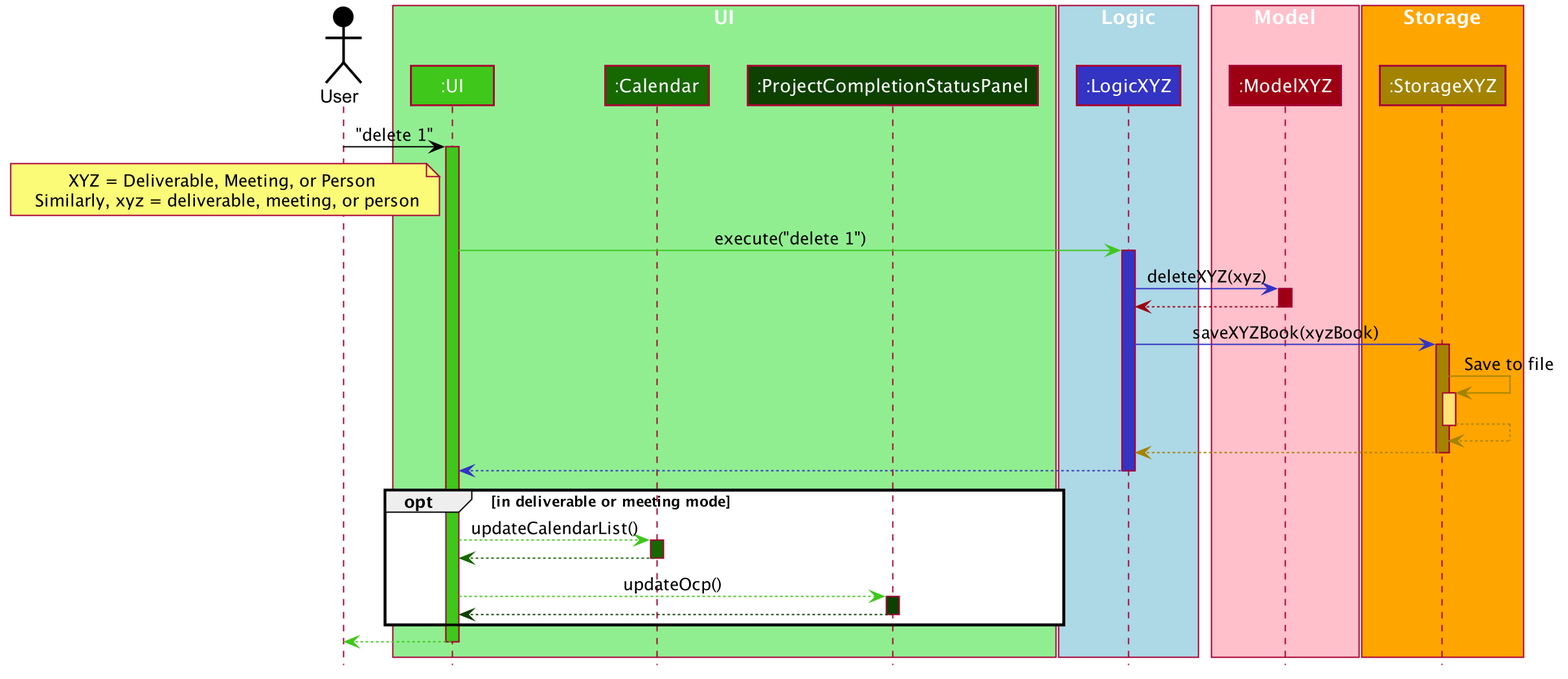
Earlier version of the PlantUML export docs/images/ArchitectureSequenceDiagramWithDb.png (shadowezz/Productiv).
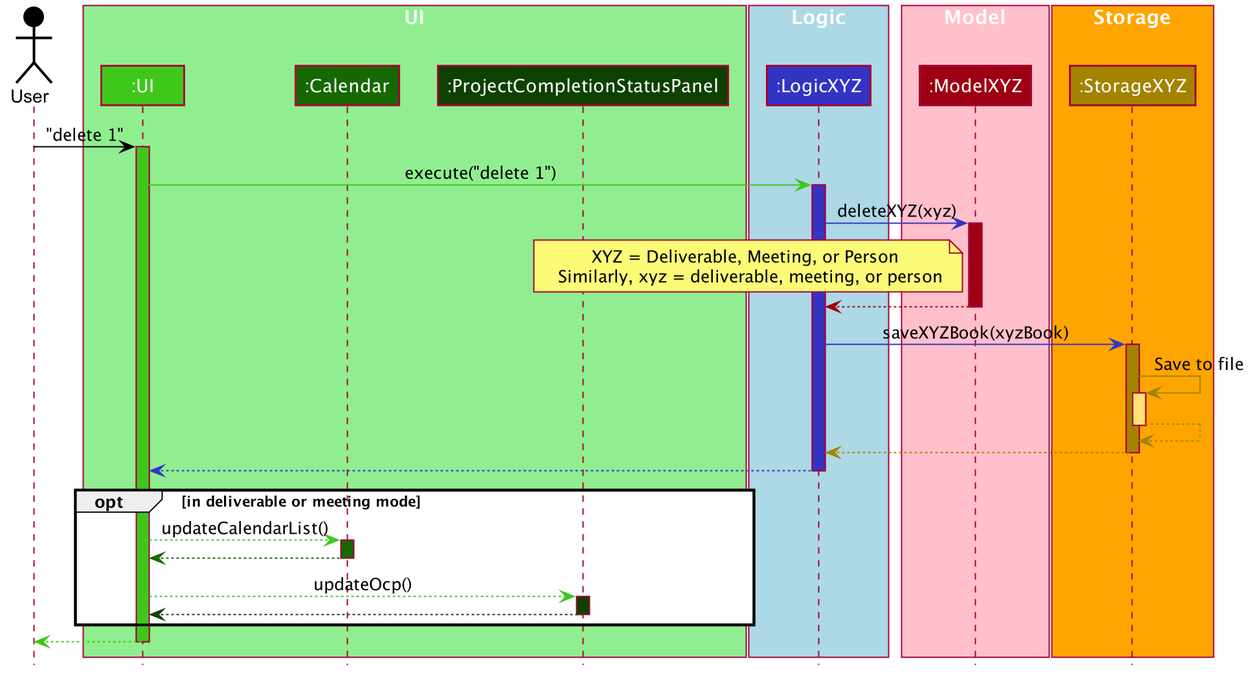
After the change.

Commit message:
Change placement of note

What changed in the source:
```diff
@@ -73,12 +73,12 @@
 user -[#000000]> ui : "delete 1"
 activate ui #3FC71B
 
-note left of ui: XYZ = Deliverable, Meeting, or Person \n Similarly, xyz = deliverable, meeting, or person
 ui -[#3FC71B]> logic : execute("delete 1")
 activate logic #3333C4
 
 logic -[#3333C4]> modelPerson : deleteXYZ(xyz)
 activate modelPerson #9D0012
+note left of modelPerson: XYZ = Deliverable, Meeting, or Person \n Similarly, xyz = deliverable, meeting, or person
 
 modelPerson -[#9D0012]-> logic
 deactivate modelPerson
```
